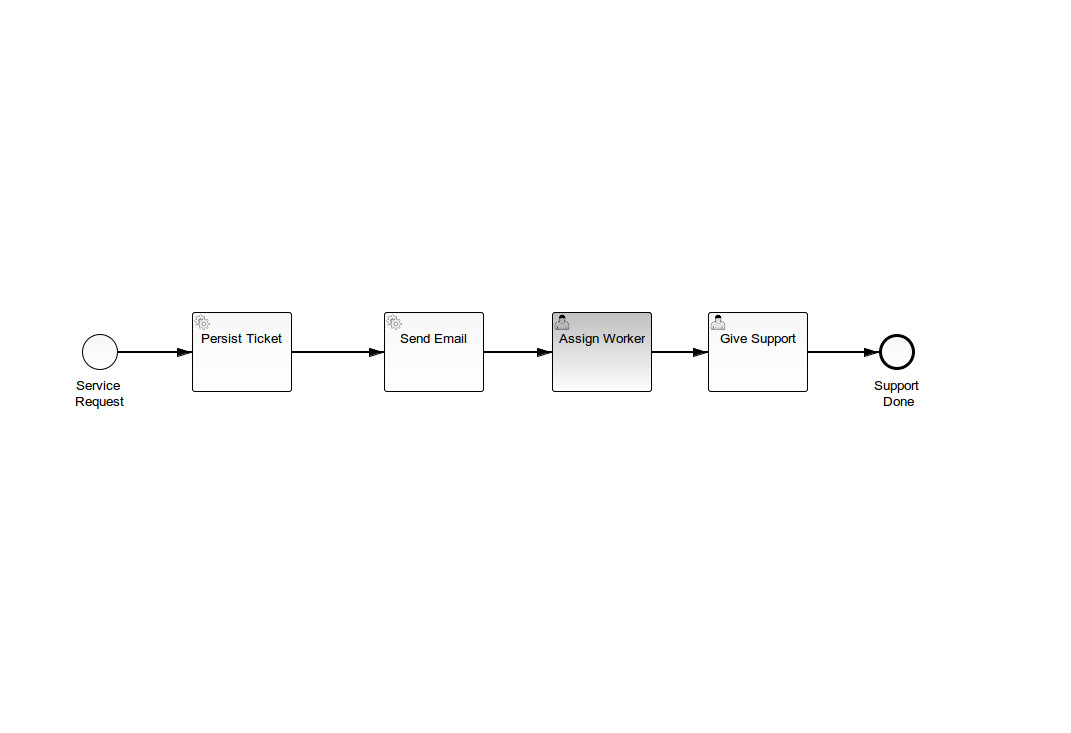
Before: it-support/src/main/resources/it-support.png, a diagram exported from BPMN (timmornYE/modeling-it_support). Its source is kept beside it as it-support/src/main/resources/it-support.bpmn. Ids are renumbered.
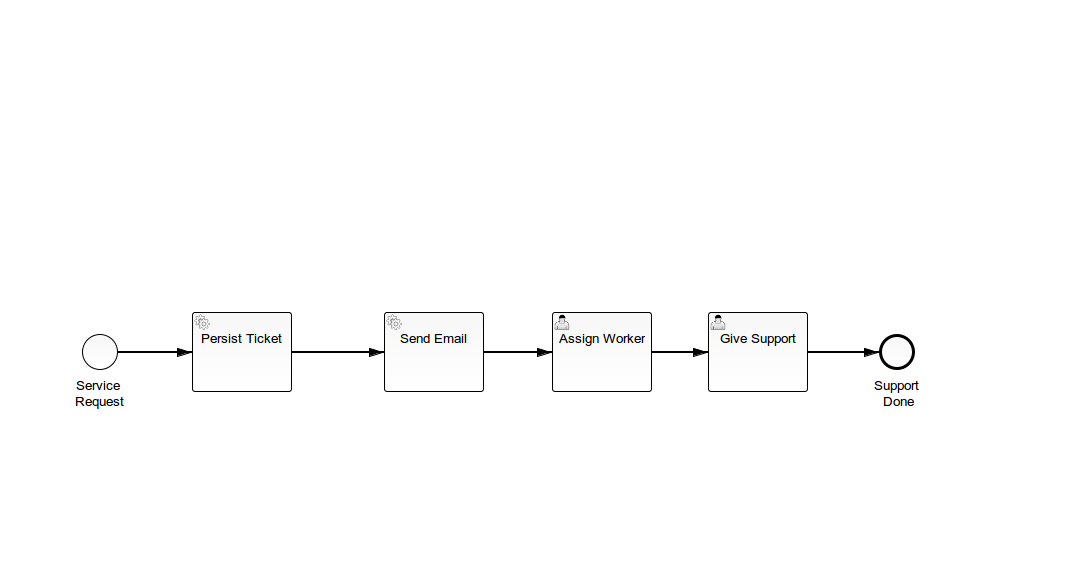
Later version of the same file.

Change to the diagram source:
```diff
@@ -1,10 +1,10 @@
 <bpmn2:definitions xmlns:xsi="http://www.w3.org/2001/XMLSchema-instance" xmlns:bpmn2="http://www.omg.org/spec/BPMN/20100524/MODEL" xmlns:bpmndi="http://www.omg.org/spec/BPMN/20100524/DI" xmlns:camunda="http://activiti.org/bpmn" xmlns:dc="http://www.omg.org/spec/DD/20100524/DC" xmlns:di="http://www.omg.org/spec/DD/20100524/DI" xsi:schemaLocation="http://www.omg.org/spec/BPMN/20100524/MODEL BPMN20.xsd" id="_QS6rAPosEeSsv_LZm4o_0Q" exporter="camunda modeler" exporterVersion="2.7.0" targetNamespace="http://activiti.org/bpmn">
-  <bpmn2:process id="Process_1" isExecutable="false">
+  <bpmn2:process id="itSupport" name="IT Support" isExecutable="true">
     <bpmn2:serviceTask id="ServiceTask_1" camunda:expression="${true}" name="Persist Ticket">
       <bpmn2:incoming>SequenceFlow_1</bpmn2:incoming>
       <bpmn2:outgoing>SequenceFlow_3</bpmn2:outgoing>
     </bpmn2:serviceTask>
-    <bpmn2:startEvent id="StartEvent_1" name="Service &#xA;Request">
+    <bpmn2:startEvent id="StartEvent_1" camunda:formKey="app:supportrequest.jsf" name="Service &#xA;Request">
       <bpmn2:outgoing>SequenceFlow_1</bpmn2:outgoing>
     </bpmn2:startEvent>
     <bpmn2:sequenceFlow id="SequenceFlow_1" name="" sourceRef="StartEvent_1" targetRef="ServiceTask_1"/>
@@ -29,7 +29,7 @@
     <bpmn2:sequenceFlow id="SequenceFlow_6" name="" sourceRef="UserTask_2" targetRef="EndEvent_1"/>
   </bpmn2:process>
   <bpmndi:BPMNDiagram id="BPMNDiagram_1">
-    <bpmndi:BPMNPlane id="BPMNPlane_1" bpmnElement="Process_1">
+    <bpmndi:BPMNPlane id="BPMNPlane_1" bpmnElement="itSupport">
       <bpmndi:BPMNShape id="_BPMNShape_StartEvent_2" bpmnElement="StartEvent_1">
         <dc:Bounds height="36.0" width="36.0" x="82.0" y="334.0"/>
         <bpmndi:BPMNLabel>
```
